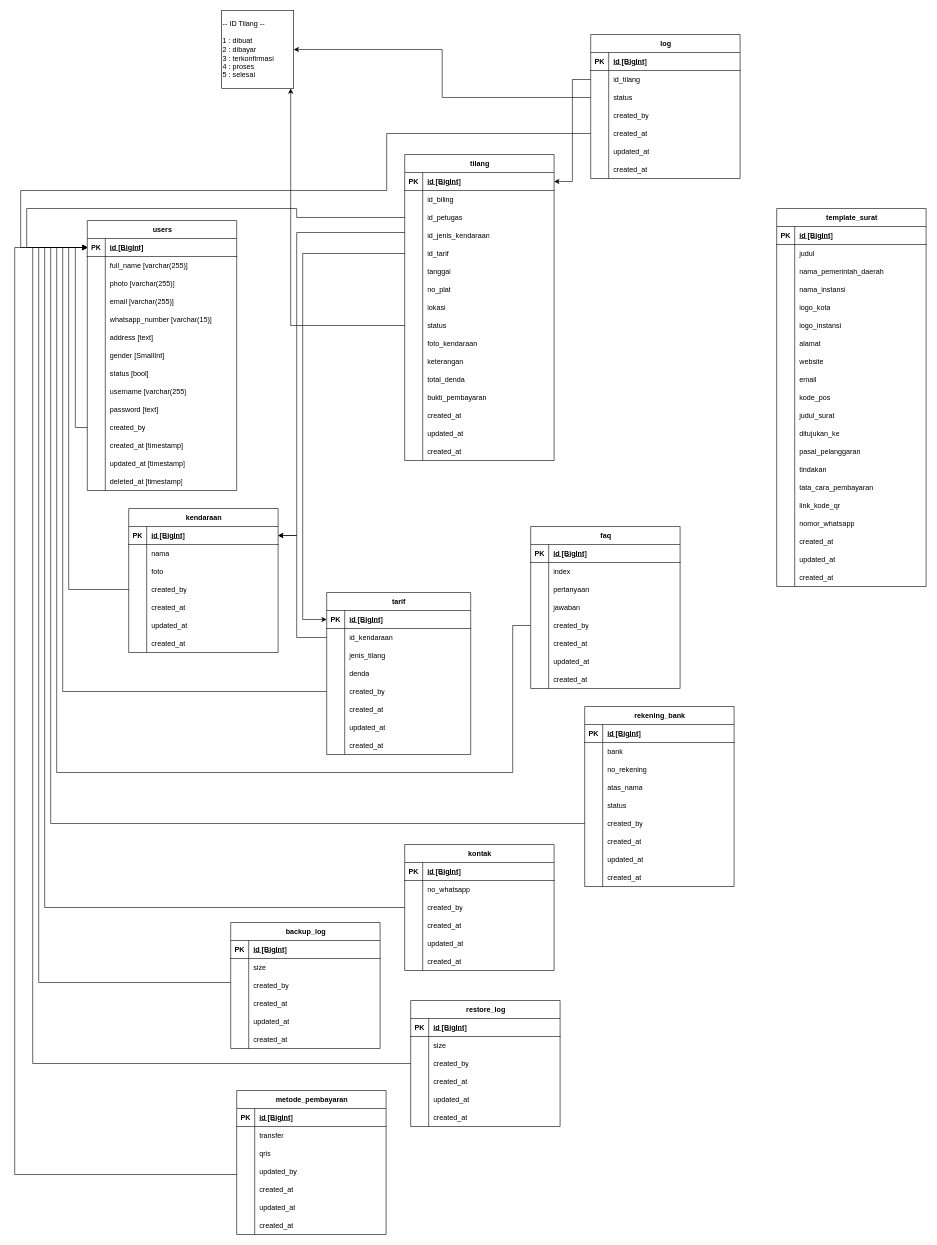
rezalmp7/dbms_gembok keeps this draw.io diagram as Gembok Fun Teknologi.drawio. Above is the earlier version. Source tidied: cells renumbered, new cells numbered last; positions are measured from the earlier drawing's top-left corner, leaving out a move shared by most shapes. Both pictures are drawn from the tidied source at 60%, with x=0, y=0 at pixel (14, 10).
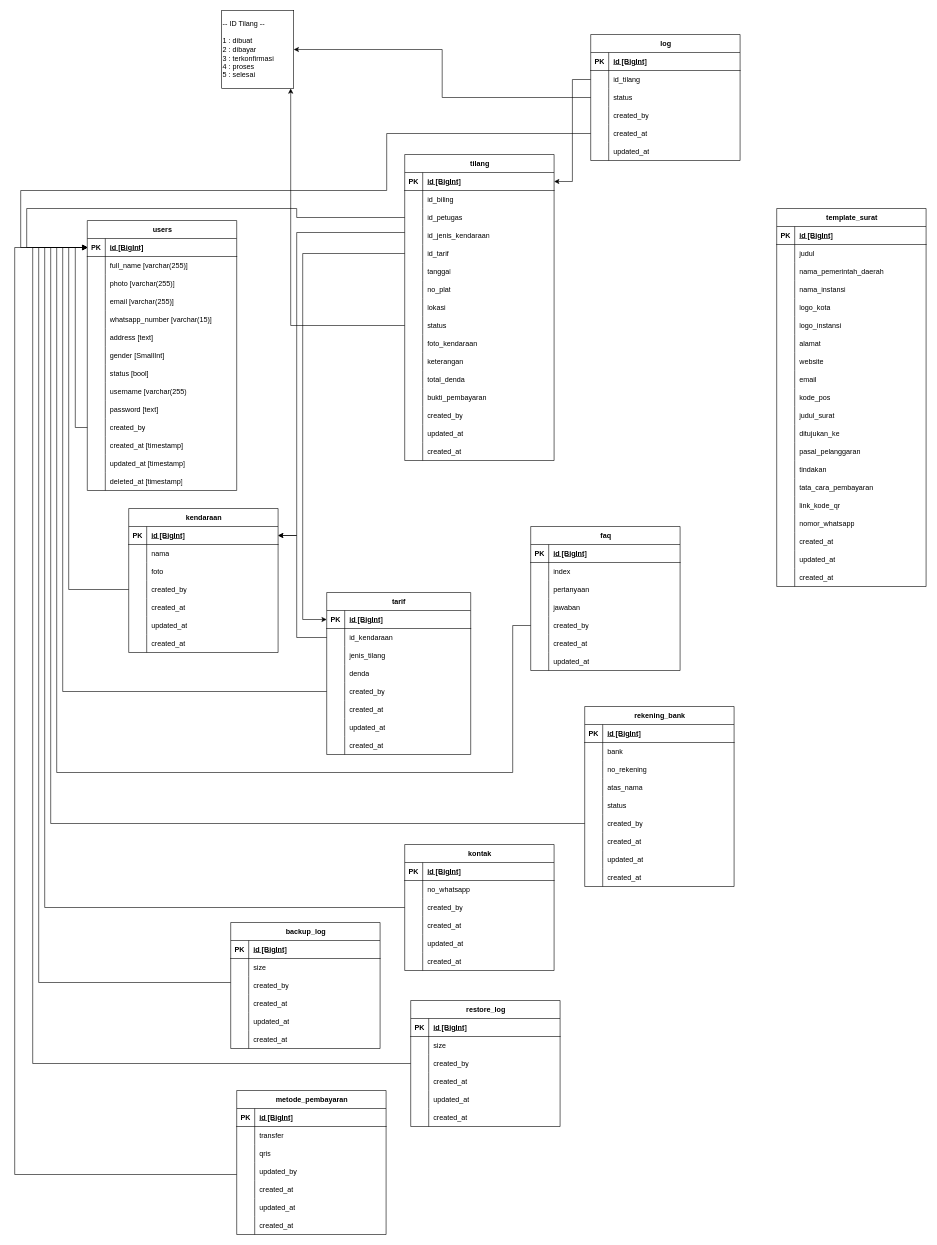
The same diagram, later.

The change refers to these unchanged cells:
```xml
<mxCell id="218" style="shape=tableRow;horizontal=0;startSize=0;swimlaneHead=0;swimlaneBody=0;fillColor=none;top=0;left=0;right=0;bottom=0;" parent="178" vertex="1">
  <mxGeometry y="420" width="249" height="30" as="geometry" />
</mxCell>
```

The edit, as a diff of the source:
```diff
@@
     <mxCell id="153" value="faq" style="shape=table;startSize=30;childLayout=tableLayout;rowLines=0;fontStyle=1;align=center;html=1;" parent="1" vertex="1">
-      <mxGeometry x="860" y="860" width="249" height="270" as="geometry" />
+      <mxGeometry x="860" y="860" width="249" height="240" as="geometry" />
     </mxCell>
@@
-    <mxCell id="175" style="shape=tableRow;horizontal=0;startSize=0;swimlaneHead=0;swimlaneBody=0;fillColor=none;top=0;left=0;right=0;bottom=0;" parent="153" vertex="1">
-      <mxGeometry y="240" width="249" height="30" as="geometry" />
-    </mxCell>
-    <mxCell id="176" style="shape=partialRectangle;fillColor=none;top=0;left=0;bottom=0;right=0;overflow=hidden;whiteSpace=wrap;html=1;" parent="175" vertex="1">
-      <mxGeometry width="30" height="30" as="geometry" />
-    </mxCell>
-    <mxCell id="177" value="created_at" style="shape=partialRectangle;fillColor=none;top=0;left=0;bottom=0;right=0;align=left;spacingLeft=6;overflow=hidden;whiteSpace=wrap;html=1;" parent="175" vertex="1">
-      <mxGeometry x="30" width="219" height="30" as="geometry" />
-    </mxCell>
@@
-    <mxCell id="220" value="created_at" style="shape=partialRectangle;fillColor=none;top=0;left=0;bottom=0;right=0;align=left;spacingLeft=6;overflow=hidden;whiteSpace=wrap;html=1;" parent="218" vertex="1">
+    <mxCell id="220" value="created_by" style="shape=partialRectangle;fillColor=none;top=0;left=0;bottom=0;right=0;align=left;spacingLeft=6;overflow=hidden;whiteSpace=wrap;html=1;" parent="218" vertex="1">
       <mxGeometry x="30" width="219" height="30" as="geometry" />
     </mxCell>
@@
     <mxCell id="228" value="log" style="shape=table;startSize=30;childLayout=tableLayout;rowLines=0;fontStyle=1;align=center;html=1;" parent="1" vertex="1">
-      <mxGeometry x="960" y="40" width="249" height="240" as="geometry" />
+      <mxGeometry x="960" y="40" width="249" height="210" as="geometry" />
     </mxCell>
@@
-    <mxCell id="247" style="shape=tableRow;horizontal=0;startSize=0;swimlaneHead=0;swimlaneBody=0;fillColor=none;top=0;left=0;right=0;bottom=0;" parent="228" vertex="1">
-      <mxGeometry y="210" width="249" height="30" as="geometry" />
-    </mxCell>
-    <mxCell id="248" style="shape=partialRectangle;fillColor=none;top=0;left=0;bottom=0;right=0;overflow=hidden;whiteSpace=wrap;html=1;" parent="247" vertex="1">
-      <mxGeometry width="30" height="30" as="geometry" />
-    </mxCell>
-    <mxCell id="249" value="created_at" style="shape=partialRectangle;fillColor=none;top=0;left=0;bottom=0;right=0;align=left;spacingLeft=6;overflow=hidden;whiteSpace=wrap;html=1;" parent="247" vertex="1">
-      <mxGeometry x="30" width="219" height="30" as="geometry" />
-    </mxCell>
```
